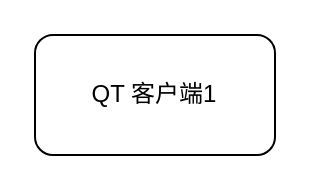
This is 未命名绘图.drawio from GamorH/draw.io, a draw.io file, before an edit. Source tidied: cells renumbered, new cells numbered last; positions are measured from the earlier drawing's top-left corner, leaving out a move shared by most shapes. Both pictures are drawn from the tidied source at 200%, with x=0, y=0 at pixel (34, 34).
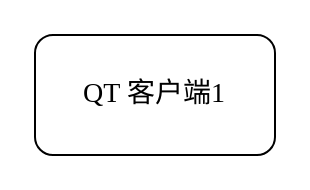
The same diagram, later.

Change to the diagram source:
```diff
@@
 <mxGraphModel>
   <root>
     <mxCell id="0" />
     <mxCell id="1" parent="0" />
-    <mxCell id="2" value="QT 客户端1" style="rounded=1;whiteSpace=wrap;html=1;" parent="1" vertex="1">
+    <mxCell id="2" value="&lt;font style=&quot;font-size: 14px;&quot; face=&quot;Times New Roman&quot;&gt;QT 客户端1&lt;/font&gt;" style="rounded=1;whiteSpace=wrap;html=1;" parent="1" vertex="1">
       <mxGeometry width="120" height="60" as="geometry" />
     </mxCell>
   </root>
 </mxGraphModel>
```
